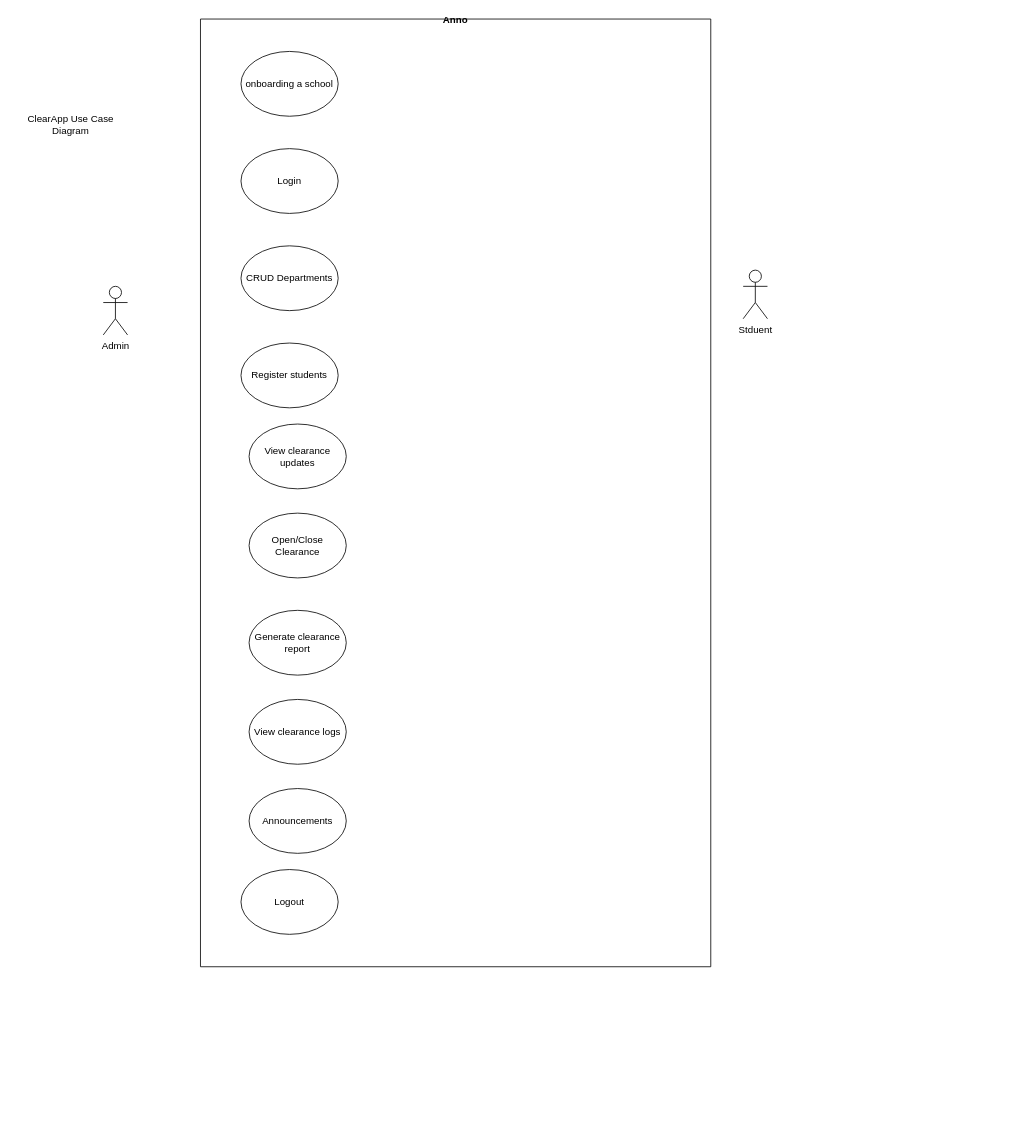
This is clearappuml.drawio from Reneboa-ITS/diagrams, a draw.io file, before an edit. Source tidied: cells renumbered, new cells numbered last; positions are measured from the earlier drawing's top-left corner, leaving out a move shared by most shapes. Both pictures are drawn from the tidied source at 81%, with x=0, y=0 at pixel (14, 19).
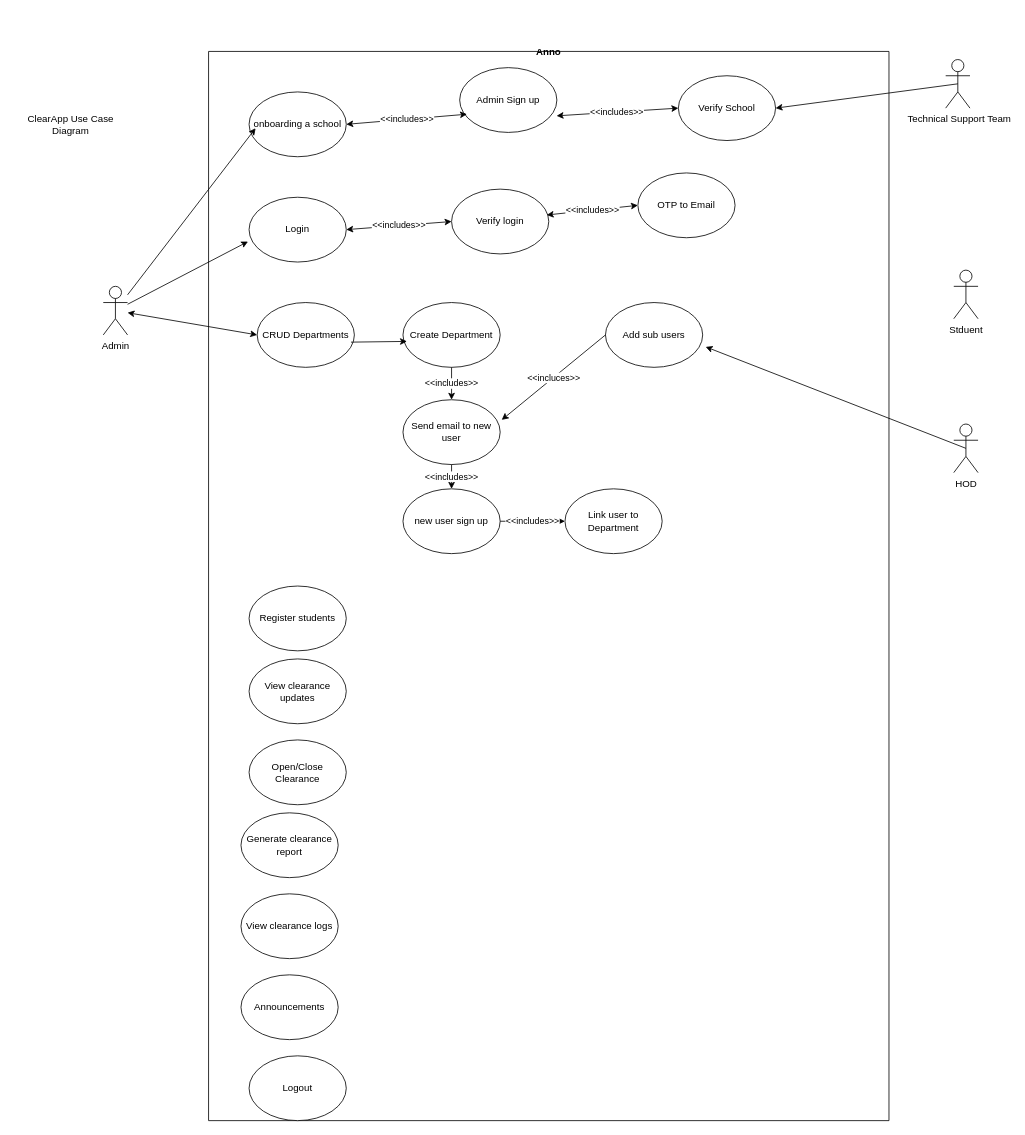
After the change.

Unchanged cells that the change refers to:
```xml
<mxCell id="14" value="Admin" style="shape=umlActor;verticalLabelPosition=bottom;verticalAlign=top;html=1;outlineConnect=0;" parent="1" vertex="1">
  <mxGeometry x="110" y="330" width="30" height="60" as="geometry" />
</mxCell>
```

Diff of the diagram source:
```diff
@@
     <mxCell id="3" value="Anno" style="swimlane;startSize=0;" parent="1" vertex="1">
-      <mxGeometry x="230" width="630" height="1170" as="geometry" />
+      <mxGeometry x="240" y="40" width="840" height="1320" as="geometry" />
     </mxCell>
     <mxCell id="4" value="onboarding a school" style="ellipse;whiteSpace=wrap;html=1;" parent="3" vertex="1">
-      <mxGeometry x="50" y="40" width="120" height="80" as="geometry" />
+      <mxGeometry x="50" y="50" width="120" height="80" as="geometry" />
     </mxCell>
     <mxCell id="5" value="CRUD Departments" style="ellipse;whiteSpace=wrap;html=1;" parent="3" vertex="1">
-      <mxGeometry x="50" y="280" width="120" height="80" as="geometry" />
+      <mxGeometry x="60" y="310" width="120" height="80" as="geometry" />
     </mxCell>
     <mxCell id="6" value="Register students" style="ellipse;whiteSpace=wrap;html=1;" parent="3" vertex="1">
-      <mxGeometry x="50" y="400" width="120" height="80" as="geometry" />
+      <mxGeometry x="50" y="660" width="120" height="80" as="geometry" />
     </mxCell>
     <mxCell id="7" value="Logout" style="ellipse;whiteSpace=wrap;html=1;" parent="3" vertex="1">
-      <mxGeometry x="50" y="1050" width="120" height="80" as="geometry" />
+      <mxGeometry x="50" y="1240" width="120" height="80" as="geometry" />
     </mxCell>
     <mxCell id="8" value="Open/Close Clearance" style="ellipse;whiteSpace=wrap;html=1;" parent="3" vertex="1">
-      <mxGeometry x="60" y="610" width="120" height="80" as="geometry" />
+      <mxGeometry x="50" y="850" width="120" height="80" as="geometry" />
     </mxCell>
     <mxCell id="9" value="Login" style="ellipse;whiteSpace=wrap;html=1;" parent="3" vertex="1">
-      <mxGeometry x="50" y="160" width="120" height="80" as="geometry" />
+      <mxGeometry x="50" y="180" width="120" height="80" as="geometry" />
     </mxCell>
     <mxCell id="10" value="View clearance updates" style="ellipse;whiteSpace=wrap;html=1;" parent="3" vertex="1">
-      <mxGeometry x="60" y="500" width="120" height="80" as="geometry" />
+      <mxGeometry x="50" y="750" width="120" height="80" as="geometry" />
     </mxCell>
     <mxCell id="11" value="Generate clearance report" style="ellipse;whiteSpace=wrap;html=1;" parent="3" vertex="1">
-      <mxGeometry x="60" y="730" width="120" height="80" as="geometry" />
+      <mxGeometry x="40" y="940" width="120" height="80" as="geometry" />
     </mxCell>
     <mxCell id="12" value="View clearance logs" style="ellipse;whiteSpace=wrap;html=1;" parent="3" vertex="1">
-      <mxGeometry x="60" y="840" width="120" height="80" as="geometry" />
+      <mxGeometry x="40" y="1040" width="120" height="80" as="geometry" />
     </mxCell>
     <mxCell id="13" value="Announcements" style="ellipse;whiteSpace=wrap;html=1;" parent="3" vertex="1">
-      <mxGeometry x="60" y="950" width="120" height="80" as="geometry" />
+      <mxGeometry x="40" y="1140" width="120" height="80" as="geometry" />
     </mxCell>
+    <mxCell id="16" value="Admin Sign up" style="ellipse;whiteSpace=wrap;html=1;" parent="3" vertex="1">
+      <mxGeometry x="310" y="20" width="120" height="80" as="geometry" />
+    </mxCell>
+    <mxCell id="17" value="&amp;lt;&amp;lt;includes&amp;gt;&amp;gt;" style="endArrow=classic;startArrow=classic;html=1;rounded=0;exitX=1;exitY=0.5;exitDx=0;exitDy=0;entryX=0.075;entryY=0.719;entryDx=0;entryDy=0;entryPerimeter=0;" parent="3" edge="1" source="4" target="16">
+      <mxGeometry relative="1" as="geometry" />
+    </mxCell>
+    <mxCell id="18" value="Verify School" style="ellipse;whiteSpace=wrap;html=1;" parent="3" vertex="1">
+      <mxGeometry x="580" y="30" width="120" height="80" as="geometry" />
+    </mxCell>
+    <mxCell id="19" value="&amp;lt;&amp;lt;includes&amp;gt;&amp;gt;" style="endArrow=classic;startArrow=classic;html=1;rounded=0;exitX=0.997;exitY=0.744;exitDx=0;exitDy=0;exitPerimeter=0;entryX=0;entryY=0.5;entryDx=0;entryDy=0;" parent="3" edge="1" source="16" target="18">
+      <mxGeometry relative="1" as="geometry" />
+    </mxCell>
+    <mxCell id="20" value="Verify login" style="ellipse;whiteSpace=wrap;html=1;" parent="3" vertex="1">
+      <mxGeometry x="300" y="170" width="120" height="80" as="geometry" />
+    </mxCell>
+    <mxCell id="21" value="OTP to Email" style="ellipse;whiteSpace=wrap;html=1;" parent="3" vertex="1">
+      <mxGeometry x="530" y="150" width="120" height="80" as="geometry" />
+    </mxCell>
+    <mxCell id="22" value="&amp;lt;&amp;lt;includes&amp;gt;&amp;gt;" style="endArrow=classic;startArrow=classic;html=1;rounded=0;exitX=1;exitY=0.5;exitDx=0;exitDy=0;entryX=0;entryY=0.5;entryDx=0;entryDy=0;" parent="3" edge="1" source="9" target="20">
+      <mxGeometry relative="1" as="geometry" />
+    </mxCell>
+    <mxCell id="23" value="&amp;lt;&amp;lt;includes&amp;gt;&amp;gt;" style="endArrow=classic;startArrow=classic;html=1;rounded=0;entryX=0;entryY=0.5;entryDx=0;entryDy=0;exitX=0.979;exitY=0.399;exitDx=0;exitDy=0;exitPerimeter=0;" parent="3" edge="1" source="20" target="21">
+      <mxGeometry relative="1" as="geometry" />
+    </mxCell>
+    <mxCell id="24" value="Create Department" style="ellipse;whiteSpace=wrap;html=1;" parent="3" vertex="1">
+      <mxGeometry x="240" y="310" width="120" height="80" as="geometry" />
+    </mxCell>
+    <mxCell id="25" value="Send email to new user" style="ellipse;whiteSpace=wrap;html=1;" parent="3" vertex="1">
+      <mxGeometry x="240" y="430" width="120" height="80" as="geometry" />
+    </mxCell>
+    <mxCell id="26" value="new user sign up" style="ellipse;whiteSpace=wrap;html=1;" parent="3" vertex="1">
+      <mxGeometry x="240" y="540" width="120" height="80" as="geometry" />
+    </mxCell>
+    <mxCell id="27" value="Link user to Department" style="ellipse;whiteSpace=wrap;html=1;" parent="3" vertex="1">
+      <mxGeometry x="440" y="540" width="120" height="80" as="geometry" />
+    </mxCell>
+    <mxCell id="28" style="endArrow=classic;html=1;rounded=0;exitX=0.965;exitY=0.611;exitDx=0;exitDy=0;exitPerimeter=0;entryX=0.041;entryY=0.6;entryDx=0;entryDy=0;entryPerimeter=0;" parent="3" edge="1" source="5" target="24">
+      <mxGeometry relative="1" as="geometry" />
+    </mxCell>
+    <mxCell id="29" value="&amp;lt;&amp;lt;includes&amp;gt;&amp;gt;" style="endArrow=classic;html=1;rounded=0;exitX=0.5;exitY=1;exitDx=0;exitDy=0;entryX=0.5;entryY=0;entryDx=0;entryDy=0;" parent="3" edge="1" source="24" target="25">
+      <mxGeometry relative="1" as="geometry" />
+    </mxCell>
+    <mxCell id="30" value="&amp;lt;&amp;lt;includes&amp;gt;&amp;gt;" style="endArrow=classic;html=1;rounded=0;exitX=0.5;exitY=1;exitDx=0;exitDy=0;entryX=0.5;entryY=0;entryDx=0;entryDy=0;" parent="3" edge="1" source="25" target="26">
+      <mxGeometry relative="1" as="geometry" />
+    </mxCell>
+    <mxCell id="31" value="&amp;lt;&amp;lt;includes&amp;gt;&amp;gt;" style="endArrow=classic;html=1;rounded=0;exitX=1;exitY=0.5;exitDx=0;exitDy=0;entryX=0;entryY=0.5;entryDx=0;entryDy=0;" parent="3" edge="1" source="26" target="27">
+      <mxGeometry relative="1" as="geometry" />
+    </mxCell>
+    <mxCell id="32" value="Add sub users" style="ellipse;whiteSpace=wrap;html=1;" parent="3" vertex="1">
+      <mxGeometry x="490" y="310" width="120" height="80" as="geometry" />
+    </mxCell>
+    <mxCell id="33" value="&amp;lt;&amp;lt;incluces&amp;gt;&amp;gt;" style="endArrow=classic;html=1;rounded=0;exitX=0;exitY=0.5;exitDx=0;exitDy=0;entryX=1.016;entryY=0.311;entryDx=0;entryDy=0;entryPerimeter=0;" parent="3" edge="1" source="32" target="25">
+      <mxGeometry relative="1" as="geometry" />
+    </mxCell>
@@
     <mxCell id="15" value="Stduent" style="shape=umlActor;verticalLabelPosition=bottom;verticalAlign=top;html=1;" parent="1" vertex="1">
-      <mxGeometry x="900" y="310" width="30" height="60" as="geometry" />
+      <mxGeometry x="1160" y="310" width="30" height="60" as="geometry" />
     </mxCell>
+    <mxCell id="34" style="endArrow=classic;html=1;rounded=0;entryX=0.067;entryY=0.56;entryDx=0;entryDy=0;entryPerimeter=0;" parent="1" edge="1" source="14" target="4">
+      <mxGeometry relative="1" as="geometry" />
+    </mxCell>
+    <mxCell id="35" value="&amp;nbsp;Technical Support Team" style="shape=umlActor;verticalLabelPosition=bottom;verticalAlign=top;html=1;outlineConnect=0;" parent="1" vertex="1">
+      <mxGeometry x="1150" y="50" width="30" height="60" as="geometry" />
+    </mxCell>
+    <mxCell id="36" style="endArrow=classic;html=1;rounded=0;exitX=0.5;exitY=0.5;exitDx=0;exitDy=0;exitPerimeter=0;entryX=1;entryY=0.5;entryDx=0;entryDy=0;" parent="1" edge="1" source="35" target="18">
+      <mxGeometry relative="1" as="geometry" />
+    </mxCell>
+    <mxCell id="37" style="endArrow=classic;html=1;rounded=0;entryX=-0.011;entryY=0.684;entryDx=0;entryDy=0;entryPerimeter=0;" parent="1" edge="1" source="14" target="9">
+      <mxGeometry relative="1" as="geometry" />
+    </mxCell>
+    <mxCell id="38" style="endArrow=classic;startArrow=classic;html=1;rounded=0;entryX=0;entryY=0.5;entryDx=0;entryDy=0;" parent="1" edge="1" source="14" target="5">
+      <mxGeometry relative="1" as="geometry" />
+    </mxCell>
+    <mxCell id="39" value="HOD&lt;div&gt;&lt;br&gt;&lt;/div&gt;" style="shape=umlActor;verticalLabelPosition=bottom;verticalAlign=top;html=1;outlineConnect=0;" parent="1" vertex="1">
+      <mxGeometry x="1160" y="500" width="30" height="60" as="geometry" />
+    </mxCell>
+    <mxCell id="40" style="endArrow=classic;html=1;rounded=0;exitX=0.5;exitY=0.5;exitDx=0;exitDy=0;exitPerimeter=0;entryX=1.031;entryY=0.684;entryDx=0;entryDy=0;entryPerimeter=0;" parent="1" edge="1" source="39" target="32">
+      <mxGeometry relative="1" as="geometry" />
+    </mxCell>
```
